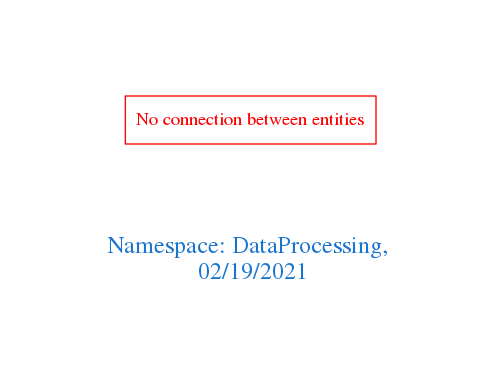
arago/OGIT keeps this Graphviz diagram as downloads/DataProcessing.png. Above is the earlier version. Its source is kept beside it as downloads/DataProcessing.dot.
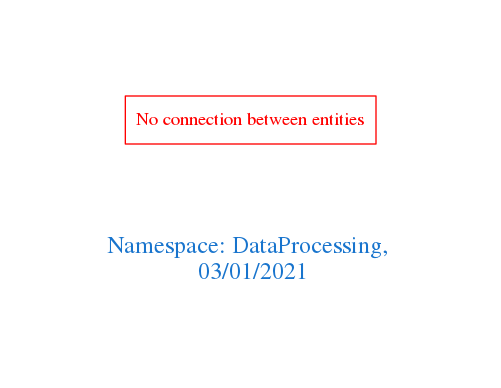
After the change.

Change to the diagram source:
```diff
@@ -1,7 +1,7 @@
 digraph OGIT_ontology {
  graph [ rankdir= LR,pad=1
 fontsize = 18,
-fontcolor= dodgerblue3,label = "\n\n\nNamespace: DataProcessing, \n 02/19/2021"];
+fontcolor= dodgerblue3,label = "\n\n\nNamespace: DataProcessing, \n 03/01/2021"];
 node[shape=polygon];
 edge [  color="gray81"];
 
```
